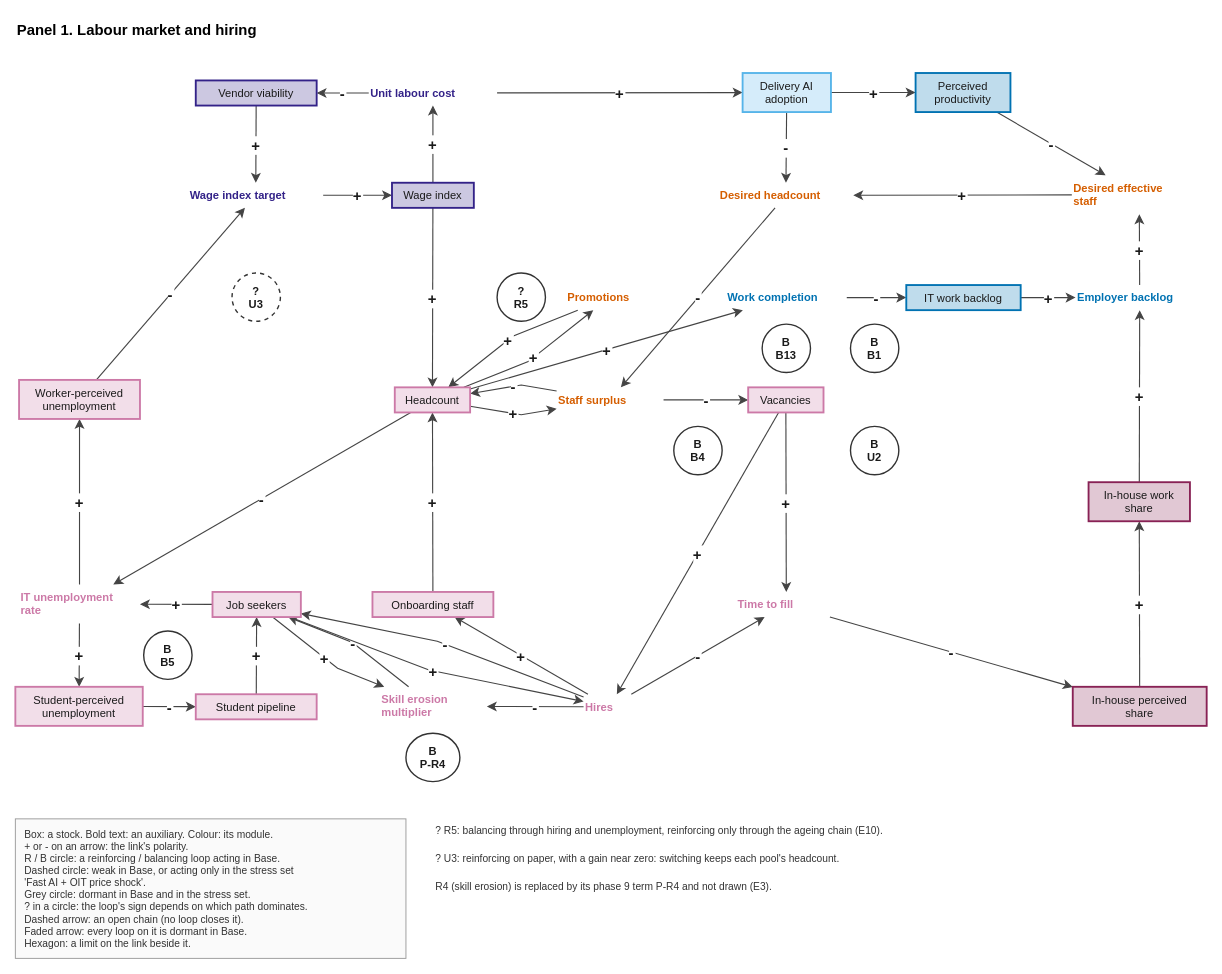
Above: docs/model/diagrams/panel-labour.drawio in stravoris-tech/ai-it-labour-sim (draw.io), before the change. Source tidied: cells renumbered, new cells numbered last; positions are measured from the earlier drawing's top-left corner, leaving out a move shared by most shapes. Both pictures are drawn from the tidied source at 93%, with x=0, y=0 at pixel (15, 15).
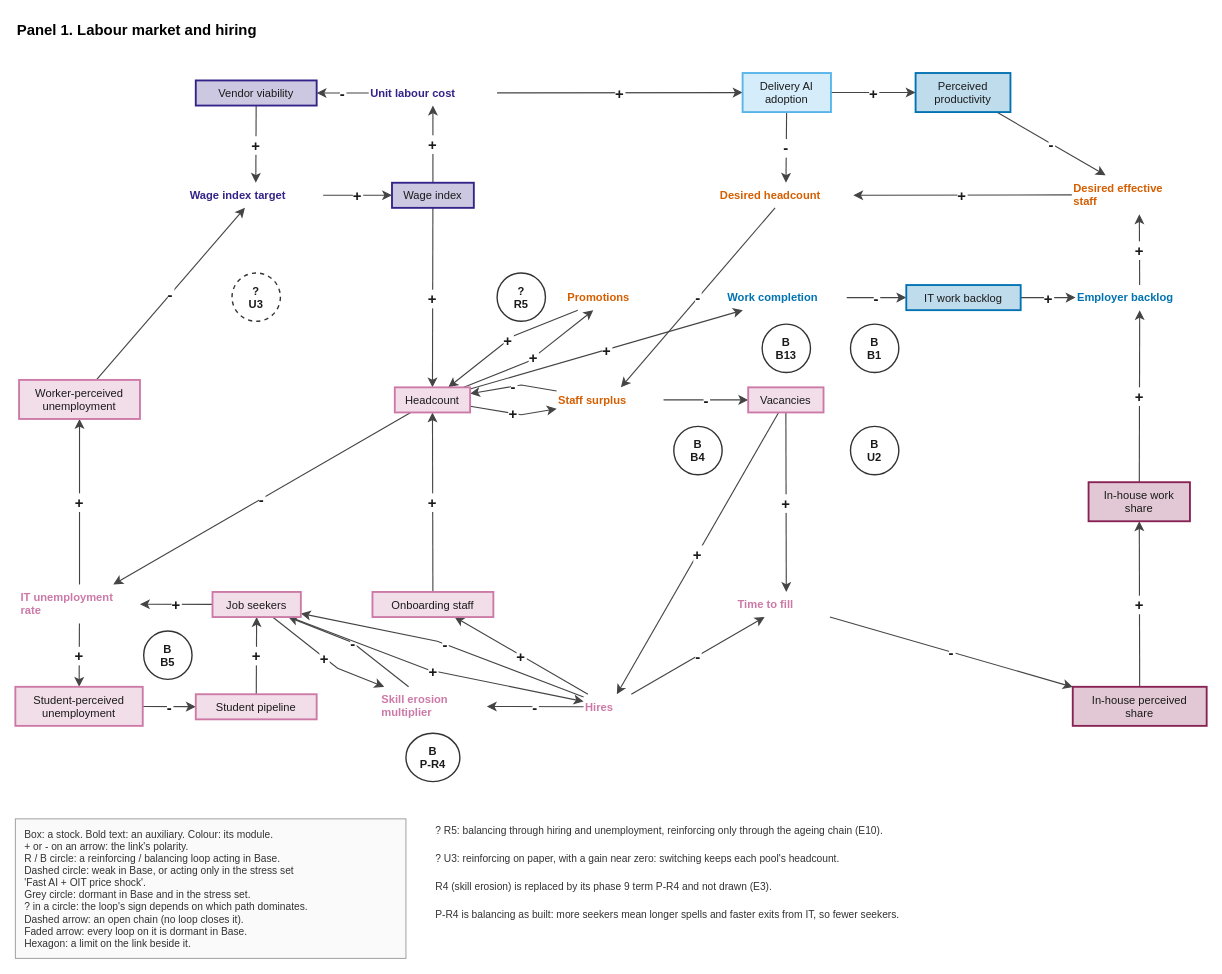
After the change.

Change to the diagram source:
```diff
@@
+    <mxCell id="81" value="P-R4 is balancing as built: more seekers mean longer spells and faster exits from IT, so fewer seekers." style="html=0;fontFamily=Helvetica;fontSize=12;text;align=left;verticalAlign=top;fontSize=11;strokeColor=none;fillColor=none;fontColor=#333333;" parent="1" vertex="1">
+      <mxGeometry x="450" y="954" width="676" height="26" as="geometry" />
+    </mxCell>
```
